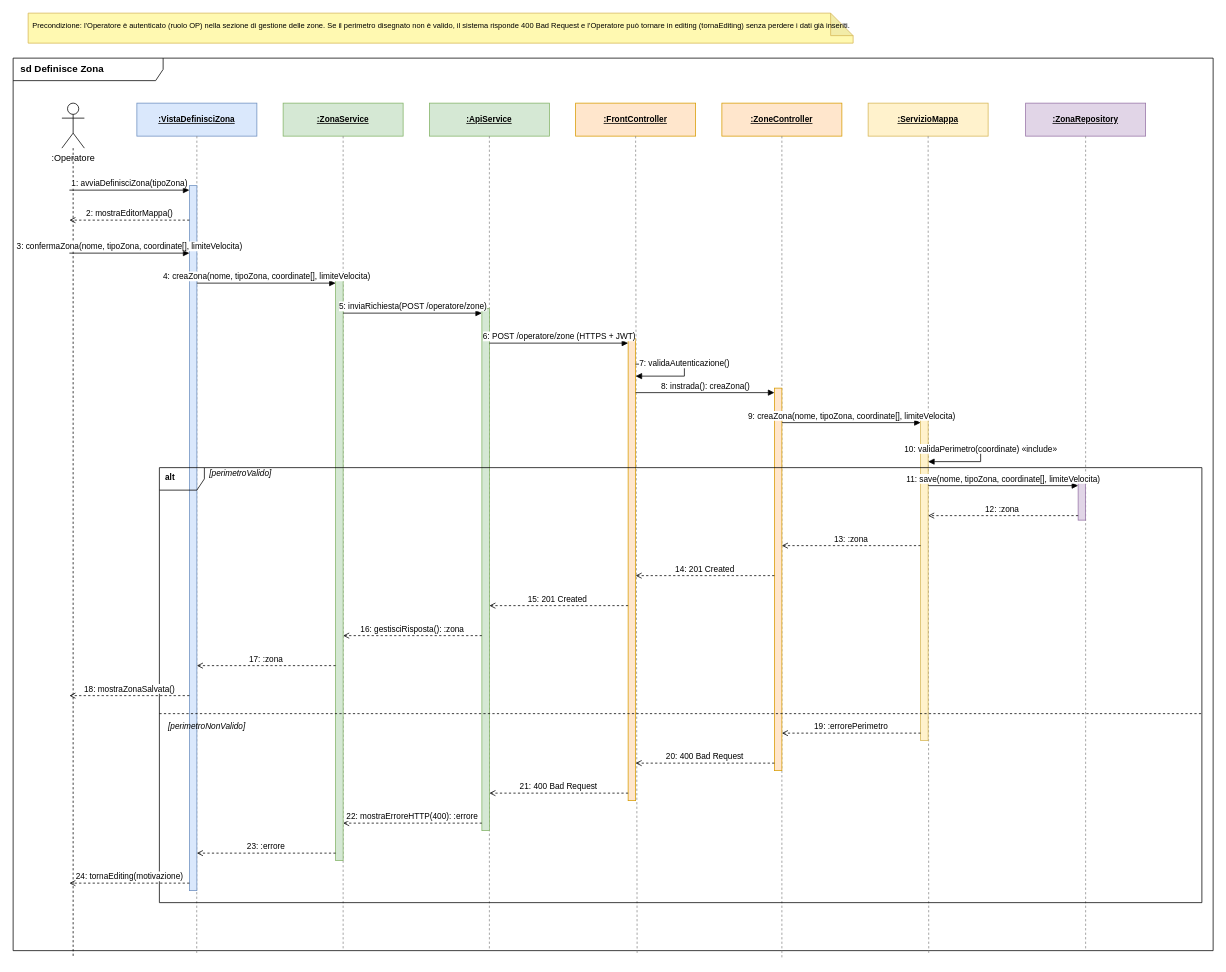
FrancescoGiannulo/SmartMobility keeps this draw.io diagram as docs/Diagrammi/Diagrammi di Sequenza/camilla/sprint1/definisce_zona.drawio. Above is the earlier version. Source tidied: cells renumbered, new cells numbered last; positions are measured from the earlier drawing's top-left corner, leaving out a move shared by most shapes. Both pictures are drawn from the tidied source at 75%, with x=0, y=0 at pixel (13, 13).
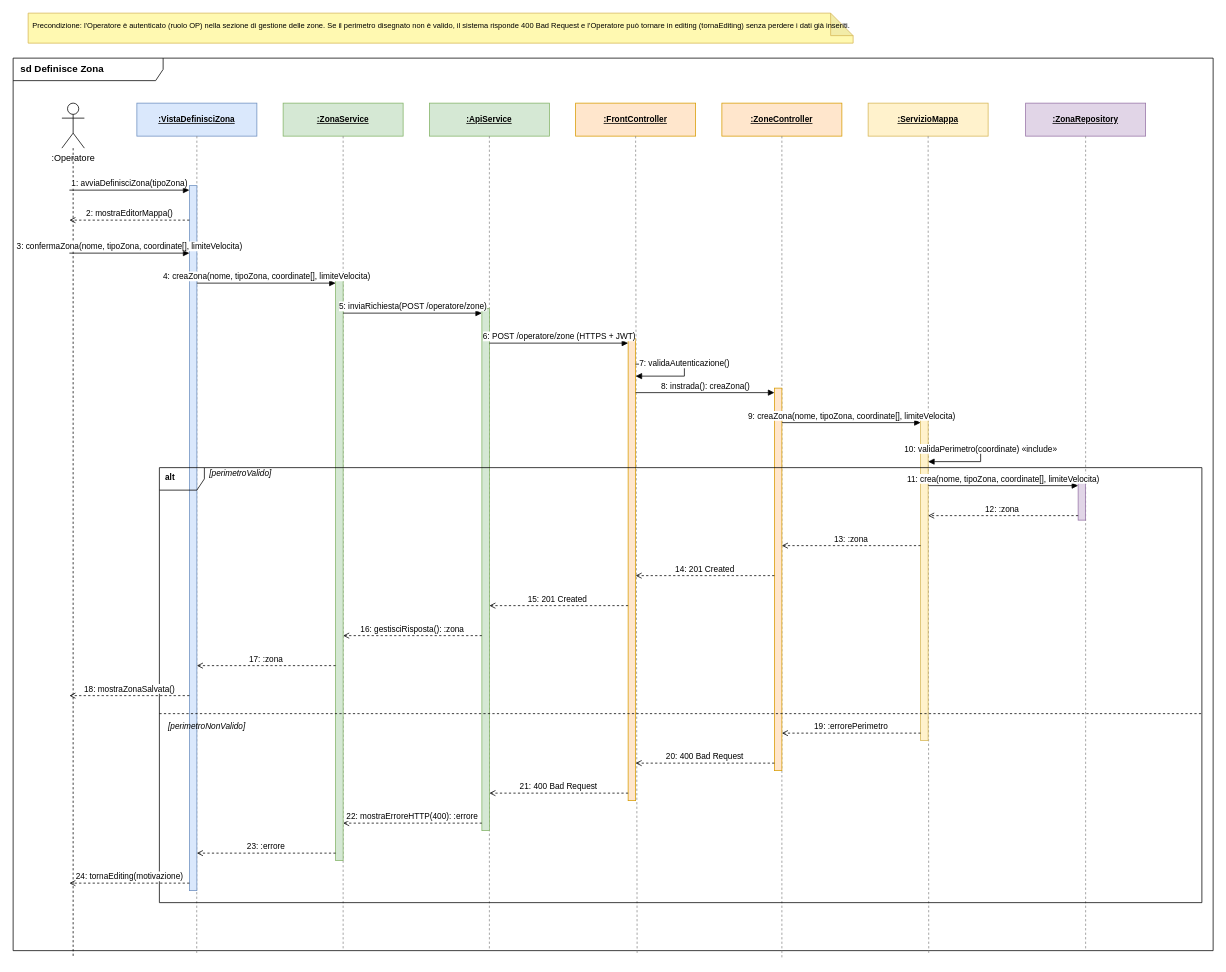
After the change.

Change to the diagram source:
```diff
@@
-    <mxCell id="41" value="11: save(nome, tipoZona, coordinate[], limiteVelocita)" style="html=1;verticalAlign=bottom;endArrow=block;endFill=1;fontSize=11;" parent="1" edge="1">
+    <mxCell id="41" value="11: crea(nome, tipoZona, coordinate[], limiteVelocita)" style="html=1;verticalAlign=bottom;endArrow=block;endFill=1;fontSize=11;" parent="1" edge="1">
       <mxGeometry relative="1" as="geometry">
         <mxPoint x="1220" y="630" as="sourcePoint" />
         <mxPoint x="1420" y="630" as="targetPoint" />
       </mxGeometry>
     </mxCell>
```
